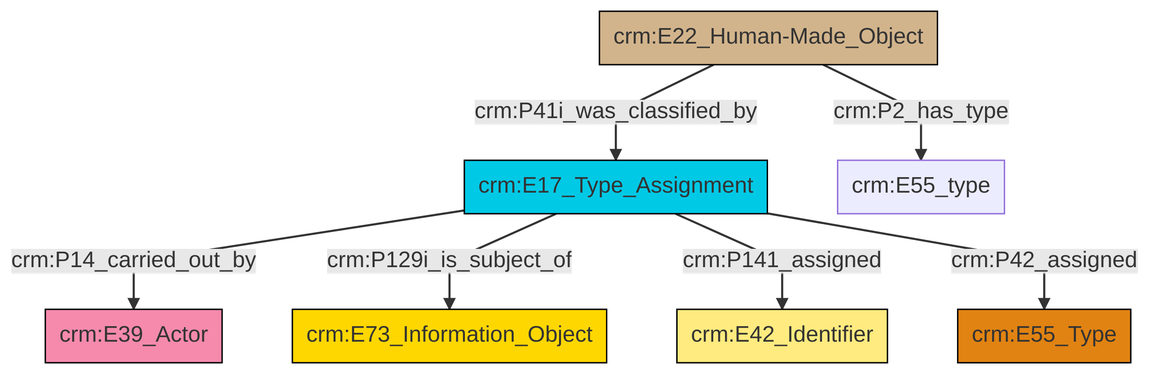
Above: et/builtWorkCSV/ttl/mmd/png/Built_Work_designation_status.png in swiss-art-research-net/reference-data-models (Mermaid), before the change. Its source is kept beside it as et/builtWorkCSV/ttl/mmd/Built_Work_designation_status.ttl.mmd.
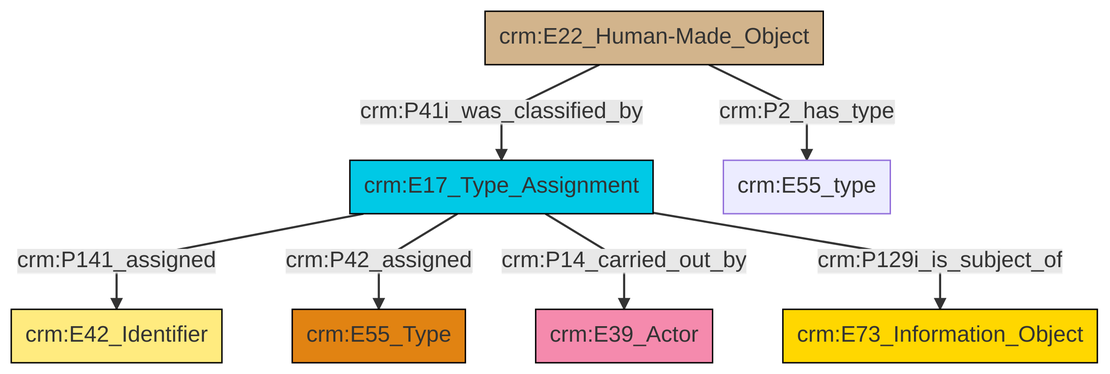
Above is the later version.

Diff of the diagram source:
```diff
@@ -13,9 +13,9 @@
 classDef PC_Classes fill:#4ce600, stroke:#000000;
 classDef Multi fill:#cccccc,stroke:#000000;
 
-0["crm:E22_Human-Made_Object"]:::Physical_Thing -->|crm:P41i_was_classified_by| 1["crm:E17_Type_Assignment"]:::Temporal_Entity
-1["crm:E17_Type_Assignment"]:::Temporal_Entity -->|crm:P14_carried_out_by| 4["crm:E39_Actor"]:::Actor
-1["crm:E17_Type_Assignment"]:::Temporal_Entity -->|crm:P129i_is_subject_of| 8["crm:E73_Information_Object"]:::Conceptual_Object
-1["crm:E17_Type_Assignment"]:::Temporal_Entity -->|crm:P141_assigned| 9["crm:E42_Identifier"]:::Appellation
-0["crm:E22_Human-Made_Object"]:::Physical_Thing -->|crm:P2_has_type| 2["crm:E55_type"]:::Default
-1["crm:E17_Type_Assignment"]:::Temporal_Entity -->|crm:P42_assigned| 6["crm:E55_Type"]:::Type
+0["crm:E17_Type_Assignment"]:::Temporal_Entity -->|crm:P141_assigned| 1["crm:E42_Identifier"]:::Appellation
+0["crm:E17_Type_Assignment"]:::Temporal_Entity -->|crm:P42_assigned| 2["crm:E55_Type"]:::Type
+0["crm:E17_Type_Assignment"]:::Temporal_Entity -->|crm:P14_carried_out_by| 6["crm:E39_Actor"]:::Actor
+0["crm:E17_Type_Assignment"]:::Temporal_Entity -->|crm:P129i_is_subject_of| 4["crm:E73_Information_Object"]:::Conceptual_Object
+8["crm:E22_Human-Made_Object"]:::Physical_Thing -->|crm:P2_has_type| 13["crm:E55_type"]:::Default
+8["crm:E22_Human-Made_Object"]:::Physical_Thing -->|crm:P41i_was_classified_by| 0["crm:E17_Type_Assignment"]:::Temporal_Entity
```
